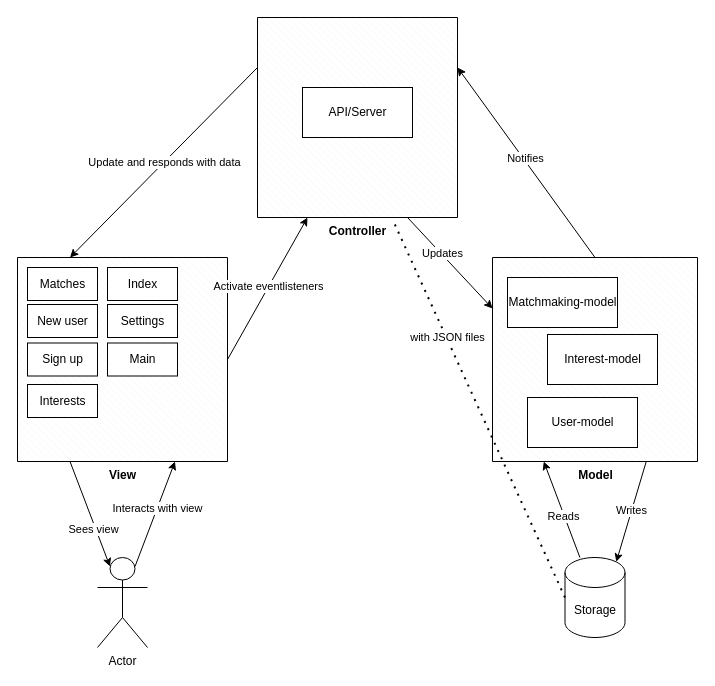
aleude/godkendelsesopgave3 keeps this draw.io diagram as page "MVC real" (1 of 6) of Untitled Diagram.drawio. Above is the earlier version. Source tidied: cells renumbered, new cells numbered last; positions are measured from the earlier drawing's top-left corner, leaving out a move shared by most shapes. Both pictures are drawn from the tidied source at 100%, with x=0, y=0 at pixel (17, 17).
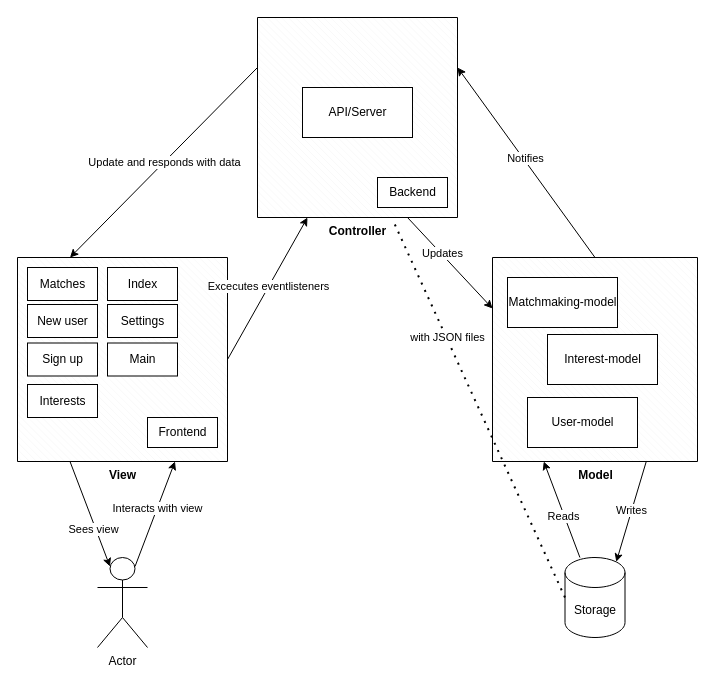
The same diagram, later.

The change refers to these unchanged cells:
```xml
<mxCell id="9" style="endArrow=classic;html=1;exitX=1;exitY=0.5;exitDx=0;exitDy=0;exitPerimeter=0;entryX=0.25;entryY=1;entryDx=0;entryDy=0;entryPerimeter=0;" parent="1" edge="1" source="5" target="6">
  <mxGeometry relative="1" as="geometry" />
</mxCell>
```

What changed in the source:
```diff
@@
-    <mxCell id="10" value="Activate eventlisteners" style="edgeLabel;html=1;align=center;verticalAlign=middle;" parent="9" vertex="1">
+    <mxCell id="10" value="Excecutes eventlisteners" style="edgeLabel;html=1;align=center;verticalAlign=middle;" parent="9" vertex="1">
       <mxGeometry x="0.03" y="1" relative="1" as="geometry" />
     </mxCell>
@@
+    <mxCell id="35" value="Frontend" style="html=1;fontSize=12;" parent="1" vertex="1">
+      <mxGeometry x="130" y="400" width="70" height="30" as="geometry" />
+    </mxCell>
+    <mxCell id="36" value="Backend" style="html=1;fontSize=12;" parent="1" vertex="1">
+      <mxGeometry x="360" y="160" width="70" height="30" as="geometry" />
+    </mxCell>
```
